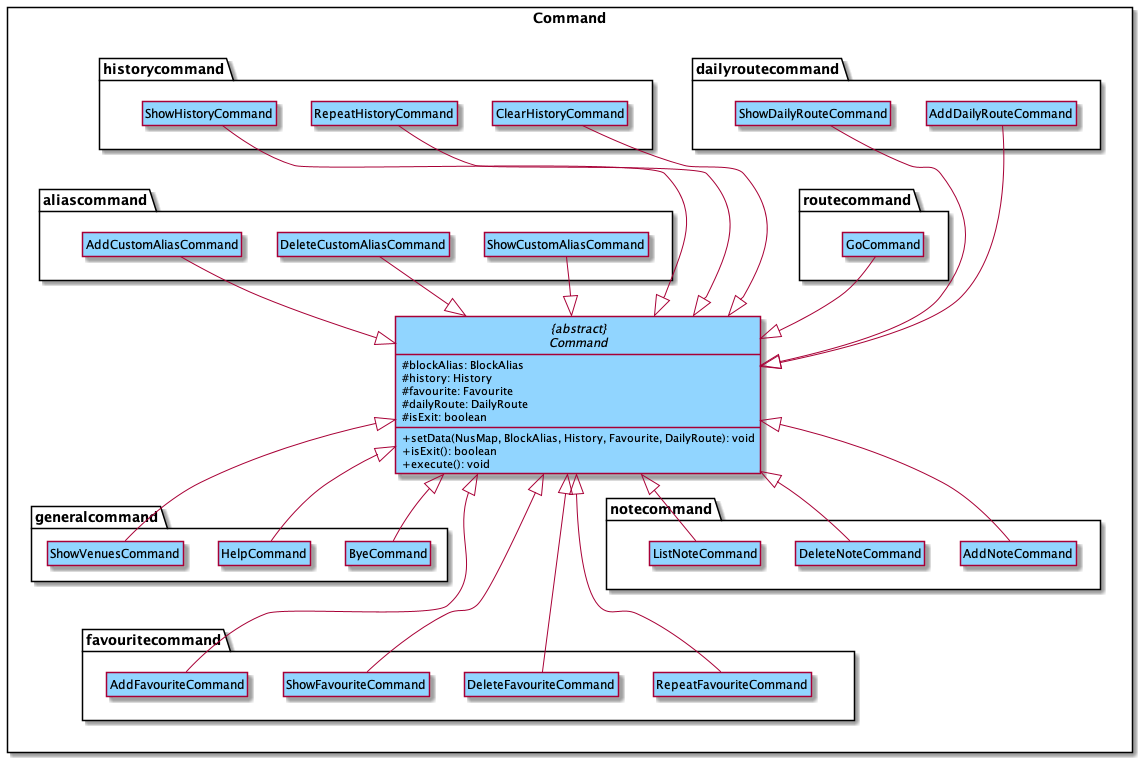
nus-cs2113-AY2021S2/tp keeps this PlantUML diagram as docs/images/CommandComponent.png. Above is the earlier version.
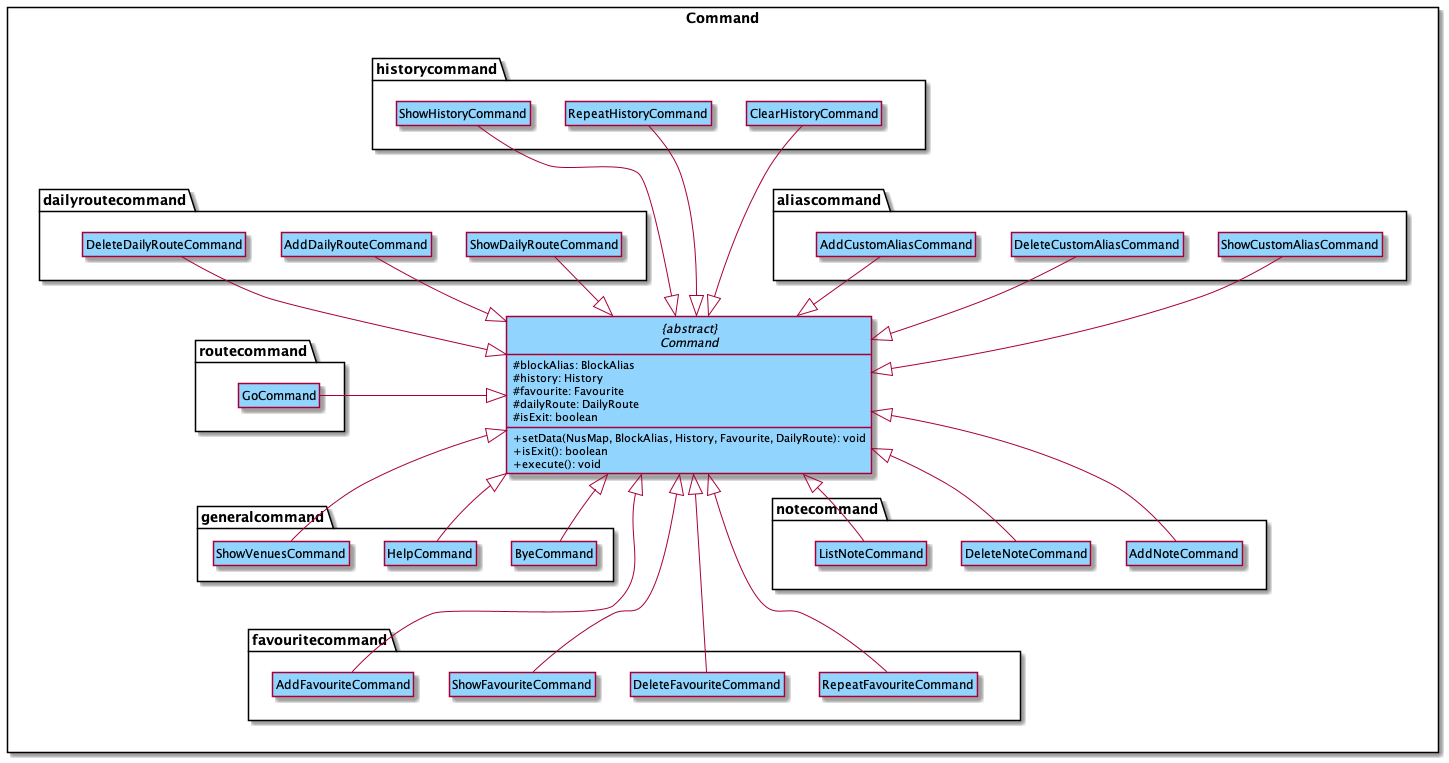
Later version of the same file.

Commit message:
Added class to command component

Diff of the diagram source:
```diff
@@ -42,6 +42,8 @@
         }
         class ShowDailyRouteCommand COMMAND_COLOR {
         }
+        class DeleteDailyRouteCommand COMMAND_COLOR {
+        }
     }
 
     package favouritecommand {
@@ -78,7 +80,7 @@
 notecommand -[hidden]- favouritecommand
 historycommand -[hidden]down- aliascommand
 
-"{abstract}\nCommand" <|-up- GoCommand
+"{abstract}\nCommand" <|-left- GoCommand
 "{abstract}\nCommand" <|-down- ByeCommand
 "{abstract}\nCommand" <|-down- HelpCommand
 "{abstract}\nCommand" <|-up- AddCustomAliasCommand
@@ -97,6 +99,7 @@
 "{abstract}\nCommand" <|-down- DeleteNoteCommand
 "{abstract}\nCommand" <|-down- ListNoteCommand
 "{abstract}\nCommand" <|-down- ShowVenuesCommand
+"{abstract}\nCommand" <|-down- DeleteDailyRouteCommand
 
 hide members
 show "{abstract}\nCommand" members
```
